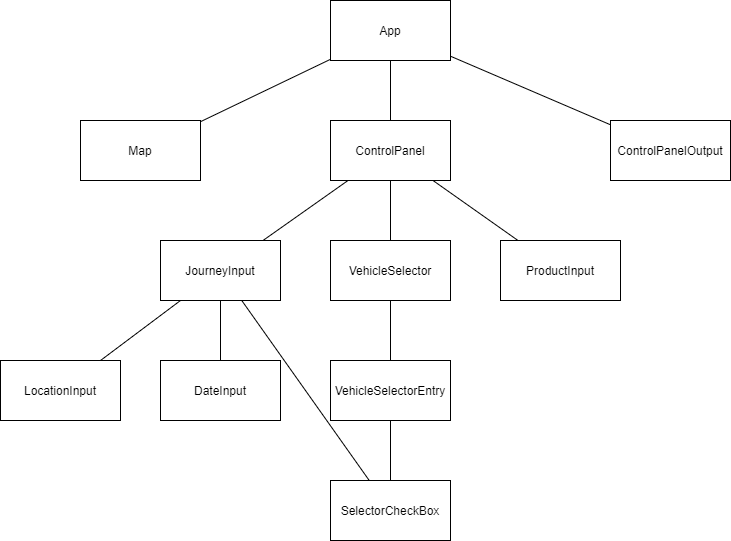
Earlier version of the draw.io export Documentation/architecture.png (GPojoga/Sharing_Logistics_Simulation). Source tidied: cells renumbered, new cells last; positions are measured from the earlier drawing's top-left corner, leaving out a move shared by most shapes. Its diagram source:
```xml
<mxGraphModel>
  <root>
    <mxCell id="0" />
    <mxCell id="1" parent="0" />
    <mxCell id="2" value="App" style="rounded=0;whiteSpace=wrap;html=1;" parent="1" vertex="1">
      <mxGeometry x="330" width="120" height="60" as="geometry" />
    </mxCell>
    <mxCell id="3" value="Map" style="rounded=0;whiteSpace=wrap;html=1;" parent="1" vertex="1">
      <mxGeometry x="80" y="120" width="120" height="60" as="geometry" />
    </mxCell>
    <mxCell id="4" value="ControlPanel" style="rounded=0;whiteSpace=wrap;html=1;" parent="1" vertex="1">
      <mxGeometry x="330" y="120" width="120" height="60" as="geometry" />
    </mxCell>
    <mxCell id="5" value="ControlPanelOutput" style="rounded=0;whiteSpace=wrap;html=1;" parent="1" vertex="1">
      <mxGeometry x="610" y="120" width="120" height="60" as="geometry" />
    </mxCell>
    <mxCell id="6" value="JourneyInput" style="rounded=0;whiteSpace=wrap;html=1;" parent="1" vertex="1">
      <mxGeometry x="160" y="240" width="120" height="60" as="geometry" />
    </mxCell>
    <mxCell id="7" value="LocationInput" style="rounded=0;whiteSpace=wrap;html=1;" parent="1" vertex="1">
      <mxGeometry y="360" width="120" height="60" as="geometry" />
    </mxCell>
    <mxCell id="8" value="DateInput" style="rounded=0;whiteSpace=wrap;html=1;" parent="1" vertex="1">
      <mxGeometry x="160" y="360" width="120" height="60" as="geometry" />
    </mxCell>
    <mxCell id="9" value="VehicleSelector" style="rounded=0;whiteSpace=wrap;html=1;" parent="1" vertex="1">
      <mxGeometry x="330" y="240" width="120" height="60" as="geometry" />
    </mxCell>
    <mxCell id="10" value="VehicleSelectorEntry" style="rounded=0;whiteSpace=wrap;html=1;" parent="1" vertex="1">
      <mxGeometry x="330" y="360" width="120" height="60" as="geometry" />
    </mxCell>
    <mxCell id="11" value="SelectorCheckBox" style="rounded=0;whiteSpace=wrap;html=1;" parent="1" vertex="1">
      <mxGeometry x="330" y="480" width="120" height="60" as="geometry" />
    </mxCell>
    <mxCell id="12" value="ProductInput" style="rounded=0;whiteSpace=wrap;html=1;" parent="1" vertex="1">
      <mxGeometry x="500" y="240" width="120" height="60" as="geometry" />
    </mxCell>
    <mxCell id="13" style="endArrow=none;html=1;" parent="1" edge="1" source="3" target="2">
      <mxGeometry relative="1" as="geometry" />
    </mxCell>
    <mxCell id="14" style="endArrow=none;html=1;" parent="1" edge="1" source="4" target="2">
      <mxGeometry relative="1" as="geometry" />
    </mxCell>
    <mxCell id="15" style="endArrow=none;html=1;" parent="1" edge="1" source="5" target="2">
      <mxGeometry relative="1" as="geometry" />
    </mxCell>
    <mxCell id="16" style="endArrow=none;html=1;" parent="1" edge="1" source="6" target="4">
      <mxGeometry relative="1" as="geometry" />
    </mxCell>
    <mxCell id="17" style="endArrow=none;html=1;" parent="1" edge="1" source="9" target="4">
      <mxGeometry relative="1" as="geometry" />
    </mxCell>
    <mxCell id="18" style="endArrow=none;html=1;" parent="1" edge="1" source="12" target="4">
      <mxGeometry relative="1" as="geometry" />
    </mxCell>
    <mxCell id="19" style="endArrow=none;html=1;" parent="1" edge="1" source="10" target="9">
      <mxGeometry relative="1" as="geometry" />
    </mxCell>
    <mxCell id="20" style="endArrow=none;html=1;" parent="1" edge="1" source="11" target="10">
      <mxGeometry relative="1" as="geometry" />
    </mxCell>
    <mxCell id="21" style="endArrow=none;html=1;" parent="1" edge="1" source="8" target="6">
      <mxGeometry relative="1" as="geometry" />
    </mxCell>
    <mxCell id="22" style="endArrow=none;html=1;" parent="1" edge="1" source="7" target="6">
      <mxGeometry relative="1" as="geometry" />
    </mxCell>
    <mxCell id="23" style="endArrow=none;html=1;" parent="1" edge="1" source="11" target="6">
      <mxGeometry relative="1" as="geometry" />
    </mxCell>
  </root>
</mxGraphModel>
```
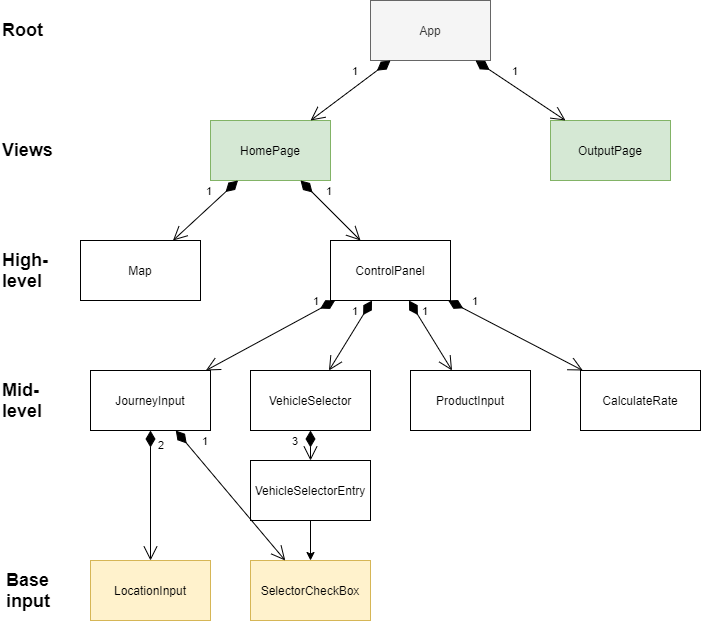
After the change.

The edit, as a diff of the source:
```diff
@@ -2,71 +2,92 @@
   <root>
     <mxCell id="0" />
     <mxCell id="1" parent="0" />
-    <mxCell id="2" value="App" style="rounded=0;whiteSpace=wrap;html=1;" parent="1" vertex="1">
-      <mxGeometry x="330" width="120" height="60" as="geometry" />
+    <mxCell id="2" value="HomePage" style="rounded=0;whiteSpace=wrap;html=1;fillColor=#d5e8d4;strokeColor=#82b366;" parent="1" vertex="1">
+      <mxGeometry x="210" y="120" width="120" height="60" as="geometry" />
     </mxCell>
     <mxCell id="3" value="Map" style="rounded=0;whiteSpace=wrap;html=1;" parent="1" vertex="1">
-      <mxGeometry x="80" y="120" width="120" height="60" as="geometry" />
+      <mxGeometry x="80" y="240" width="120" height="60" as="geometry" />
     </mxCell>
     <mxCell id="4" value="ControlPanel" style="rounded=0;whiteSpace=wrap;html=1;" parent="1" vertex="1">
-      <mxGeometry x="330" y="120" width="120" height="60" as="geometry" />
+      <mxGeometry x="330" y="240" width="120" height="60" as="geometry" />
     </mxCell>
-    <mxCell id="5" value="ControlPanelOutput" style="rounded=0;whiteSpace=wrap;html=1;" parent="1" vertex="1">
-      <mxGeometry x="610" y="120" width="120" height="60" as="geometry" />
+    <mxCell id="5" value="OutputPage" style="rounded=0;whiteSpace=wrap;html=1;fillColor=#d5e8d4;strokeColor=#82b366;" parent="1" vertex="1">
+      <mxGeometry x="550" y="120" width="120" height="60" as="geometry" />
     </mxCell>
     <mxCell id="6" value="JourneyInput" style="rounded=0;whiteSpace=wrap;html=1;" parent="1" vertex="1">
-      <mxGeometry x="160" y="240" width="120" height="60" as="geometry" />
+      <mxGeometry x="90" y="370" width="120" height="60" as="geometry" />
     </mxCell>
-    <mxCell id="7" value="LocationInput" style="rounded=0;whiteSpace=wrap;html=1;" parent="1" vertex="1">
-      <mxGeometry y="360" width="120" height="60" as="geometry" />
+    <mxCell id="7" value="LocationInput" style="rounded=0;whiteSpace=wrap;html=1;fillColor=#fff2cc;strokeColor=#d6b656;" parent="1" vertex="1">
+      <mxGeometry x="90" y="560" width="120" height="60" as="geometry" />
     </mxCell>
-    <mxCell id="8" value="DateInput" style="rounded=0;whiteSpace=wrap;html=1;" parent="1" vertex="1">
-      <mxGeometry x="160" y="360" width="120" height="60" as="geometry" />
-    </mxCell>
     <mxCell id="9" value="VehicleSelector" style="rounded=0;whiteSpace=wrap;html=1;" parent="1" vertex="1">
-      <mxGeometry x="330" y="240" width="120" height="60" as="geometry" />
+      <mxGeometry x="250" y="370" width="120" height="60" as="geometry" />
     </mxCell>
     <mxCell id="10" value="VehicleSelectorEntry" style="rounded=0;whiteSpace=wrap;html=1;" parent="1" vertex="1">
-      <mxGeometry x="330" y="360" width="120" height="60" as="geometry" />
+      <mxGeometry x="250" y="460" width="120" height="60" as="geometry" />
     </mxCell>
-    <mxCell id="11" value="SelectorCheckBox" style="rounded=0;whiteSpace=wrap;html=1;" parent="1" vertex="1">
-      <mxGeometry x="330" y="480" width="120" height="60" as="geometry" />
+    <mxCell id="11" value="SelectorCheckBox" style="rounded=0;whiteSpace=wrap;html=1;fillColor=#fff2cc;strokeColor=#d6b656;" parent="1" vertex="1">
+      <mxGeometry x="250" y="560" width="120" height="60" as="geometry" />
     </mxCell>
     <mxCell id="12" value="ProductInput" style="rounded=0;whiteSpace=wrap;html=1;" parent="1" vertex="1">
-      <mxGeometry x="500" y="240" width="120" height="60" as="geometry" />
+      <mxGeometry x="410" y="370" width="120" height="60" as="geometry" />
     </mxCell>
-    <mxCell id="13" style="endArrow=none;html=1;" parent="1" edge="1" source="3" target="2">
-      <mxGeometry relative="1" as="geometry" />
-    </mxCell>
-    <mxCell id="14" style="endArrow=none;html=1;" parent="1" edge="1" source="4" target="2">
-      <mxGeometry relative="1" as="geometry" />
-    </mxCell>
-    <mxCell id="15" style="endArrow=none;html=1;" parent="1" edge="1" source="5" target="2">
-      <mxGeometry relative="1" as="geometry" />
-    </mxCell>
-    <mxCell id="16" style="endArrow=none;html=1;" parent="1" edge="1" source="6" target="4">
-      <mxGeometry relative="1" as="geometry" />
-    </mxCell>
-    <mxCell id="17" style="endArrow=none;html=1;" parent="1" edge="1" source="9" target="4">
-      <mxGeometry relative="1" as="geometry" />
-    </mxCell>
-    <mxCell id="18" style="endArrow=none;html=1;" parent="1" edge="1" source="12" target="4">
-      <mxGeometry relative="1" as="geometry" />
-    </mxCell>
-    <mxCell id="19" style="endArrow=none;html=1;" parent="1" edge="1" source="10" target="9">
-      <mxGeometry relative="1" as="geometry" />
-    </mxCell>
-    <mxCell id="20" style="endArrow=none;html=1;" parent="1" edge="1" source="11" target="10">
-      <mxGeometry relative="1" as="geometry" />
-    </mxCell>
-    <mxCell id="21" style="endArrow=none;html=1;" parent="1" edge="1" source="8" target="6">
-      <mxGeometry relative="1" as="geometry" />
-    </mxCell>
-    <mxCell id="22" style="endArrow=none;html=1;" parent="1" edge="1" source="7" target="6">
-      <mxGeometry relative="1" as="geometry" />
-    </mxCell>
-    <mxCell id="23" style="endArrow=none;html=1;" parent="1" edge="1" source="11" target="6">
-      <mxGeometry relative="1" as="geometry" />
-    </mxCell>
+    <mxCell id="24" value="App" style="rounded=0;whiteSpace=wrap;html=1;fillColor=#f5f5f5;strokeColor=#666666;fontColor=#333333;" parent="1" vertex="1">
+      <mxGeometry x="370" width="120" height="60" as="geometry" />
+    </mxCell>
+    <mxCell id="25" value="CalculateRate" style="rounded=0;whiteSpace=wrap;html=1;" parent="1" vertex="1">
+      <mxGeometry x="580" y="370" width="120" height="60" as="geometry" />
+    </mxCell>
+    <mxCell id="26" style="endArrow=classic;html=1;" parent="1" edge="1" source="10" target="11">
+      <mxGeometry relative="1" as="geometry" />
+    </mxCell>
+    <mxCell id="27" value="&lt;font style=&quot;font-size: 18px&quot;&gt;&lt;b&gt;Root&lt;/b&gt;&lt;/font&gt;" style="text;html=1;align=left;verticalAlign=middle;" parent="1" vertex="1">
+      <mxGeometry y="20" width="60" height="20" as="geometry" />
+    </mxCell>
+    <mxCell id="28" value="&lt;font style=&quot;font-size: 18px&quot;&gt;&lt;b&gt;Views&lt;/b&gt;&lt;/font&gt;" style="text;html=1;align=left;verticalAlign=middle;" parent="1" vertex="1">
+      <mxGeometry y="140" width="70" height="20" as="geometry" />
+    </mxCell>
+    <mxCell id="29" value="&lt;font style=&quot;font-size: 18px&quot;&gt;&lt;b&gt;&lt;font&gt;Hig&lt;/font&gt;&lt;font&gt;&lt;font&gt;h-&lt;br&gt;&lt;/font&gt;level&lt;/font&gt;&lt;/b&gt;&lt;/font&gt;" style="text;html=1;align=left;verticalAlign=middle;" parent="1" vertex="1">
+      <mxGeometry y="250" width="60" height="40" as="geometry" />
+    </mxCell>
+    <mxCell id="30" value="&lt;div style=&quot;text-align: left&quot;&gt;&lt;b&gt;&lt;font style=&quot;font-size: 18px&quot;&gt;Base&lt;/font&gt;&lt;/b&gt;&lt;/div&gt;&lt;b&gt;&lt;div style=&quot;text-align: left&quot;&gt;&lt;b&gt;&lt;font style=&quot;font-size: 18px&quot;&gt;input&amp;nbsp;&lt;/font&gt;&lt;/b&gt;&lt;/div&gt;&lt;/b&gt;" style="text;html=1;align=center;verticalAlign=middle;" parent="1" vertex="1">
+      <mxGeometry y="570" width="60" height="40" as="geometry" />
+    </mxCell>
+    <mxCell id="31" value="1" style="endArrow=open;html=1;endSize=12;startArrow=diamondThin;startSize=14;startFill=1;align=left;verticalAlign=bottom;" parent="1" edge="1" source="24" target="2">
+      <mxGeometry x="-0.12" y="-8" relative="1" as="geometry" />
+    </mxCell>
+    <mxCell id="32" value="1" style="endArrow=open;html=1;endSize=12;startArrow=diamondThin;startSize=14;startFill=1;align=left;verticalAlign=bottom;" parent="1" edge="1" source="24" target="5">
+      <mxGeometry x="-0.26" y="3" relative="1" as="geometry" />
+    </mxCell>
+    <mxCell id="33" value="1" style="endArrow=open;html=1;endSize=12;startArrow=diamondThin;startSize=14;startFill=1;align=left;verticalAlign=bottom;" parent="1" edge="1" source="2" target="3">
+      <mxGeometry x="-0.12" y="-8" relative="1" as="geometry" />
+    </mxCell>
+    <mxCell id="34" value="1" style="endArrow=open;html=1;endSize=12;startArrow=diamondThin;startSize=14;startFill=1;align=left;verticalAlign=bottom;" parent="1" edge="1" source="2" target="4">
+      <mxGeometry x="-0.26" y="3" relative="1" as="geometry" />
+    </mxCell>
+    <mxCell id="35" value="1" style="endArrow=open;html=1;endSize=12;startArrow=diamondThin;startSize=14;startFill=1;align=left;verticalAlign=bottom;" parent="1" edge="1" source="4" target="6">
+      <mxGeometry x="-0.64" y="-3" relative="1" as="geometry" />
+    </mxCell>
+    <mxCell id="36" value="1" style="endArrow=open;html=1;endSize=12;startArrow=diamondThin;startSize=14;startFill=1;align=left;verticalAlign=bottom;" parent="1" edge="1" source="4" target="9">
+      <mxGeometry x="-0.31" y="-8" relative="1" as="geometry" />
+    </mxCell>
+    <mxCell id="37" value="1" style="endArrow=open;html=1;endSize=12;startArrow=diamondThin;startSize=14;startFill=1;align=left;verticalAlign=bottom;" parent="1" edge="1" source="4" target="12">
+      <mxGeometry x="-0.44" y="-1" relative="1" as="geometry" />
+    </mxCell>
+    <mxCell id="38" value="1" style="endArrow=open;html=1;endSize=12;startArrow=diamondThin;startSize=14;startFill=1;align=left;verticalAlign=bottom;" parent="1" edge="1" source="4" target="25">
+      <mxGeometry x="-0.68" y="1" relative="1" as="geometry" />
+    </mxCell>
+    <mxCell id="39" value="3" style="endArrow=open;html=1;endSize=12;startArrow=diamondThin;startSize=14;startFill=1;align=left;verticalAlign=bottom;" parent="1" edge="1" source="9" target="10">
+      <mxGeometry x="0.33" y="-20" relative="1" as="geometry" />
+    </mxCell>
+    <mxCell id="40" value="1" style="endArrow=open;html=1;endSize=12;startArrow=diamondThin;startSize=14;startFill=1;align=left;verticalAlign=bottom;" parent="1" edge="1" source="6" target="11">
+      <mxGeometry x="-0.63" y="6" relative="1" as="geometry" />
+    </mxCell>
+    <mxCell id="41" value="2" style="endArrow=open;html=1;endSize=12;startArrow=diamondThin;startSize=14;startFill=1;align=left;verticalAlign=bottom;" parent="1" edge="1" source="6" target="7">
+      <mxGeometry x="-0.63" y="6" relative="1" as="geometry" />
+    </mxCell>
+    <mxCell id="42" value="&lt;font style=&quot;font-size: 18px&quot;&gt;&lt;b&gt;&lt;font&gt;&lt;font&gt;Mid-&lt;br&gt;&lt;/font&gt;level&lt;/font&gt;&lt;/b&gt;&lt;/font&gt;" style="text;html=1;align=left;verticalAlign=middle;" parent="1" vertex="1">
+      <mxGeometry y="380" width="60" height="40" as="geometry" />
+    </mxCell>
   </root>
 </mxGraphModel>
```
